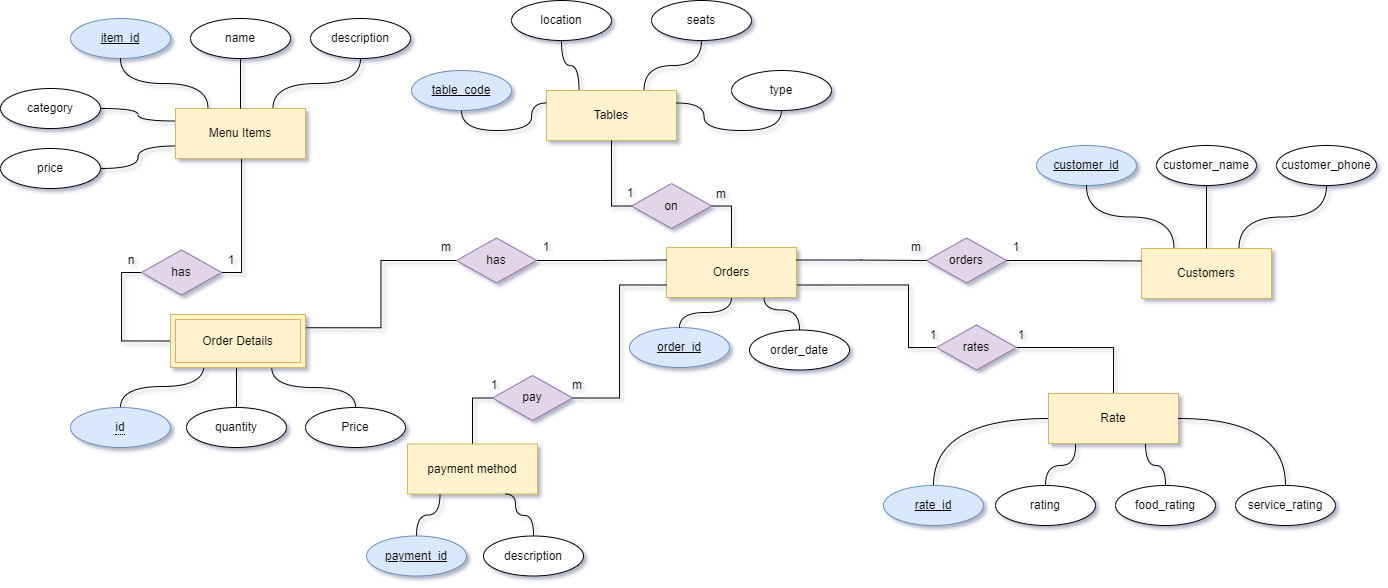
Mohammed-Abed-Alkareem/Restaurant-Management keeps this draw.io diagram as ER_diagram.png. Above is the earlier version. Source tidied: cells renumbered, new cells last; positions are measured from the earlier drawing's top-left corner, leaving out a move shared by most shapes.
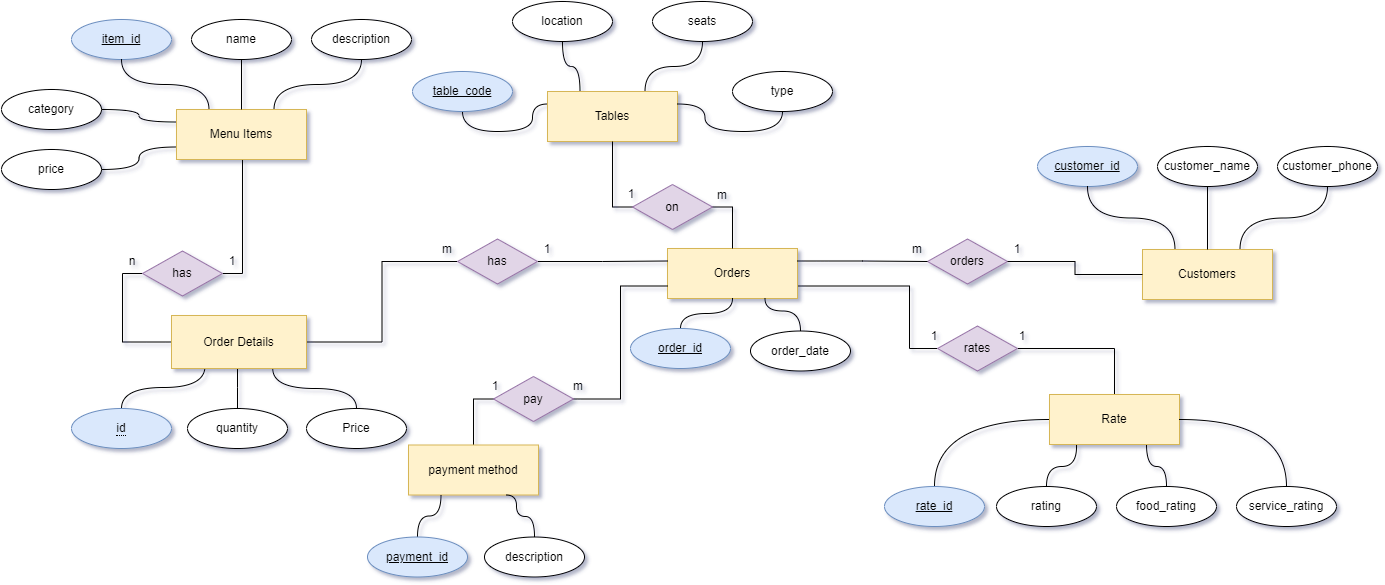
The same file after the commit.

What changed in the source:
```diff
@@ -46,7 +46,7 @@
     <mxCell id="14" style="endArrow=none;html=1;rounded=0;exitX=1;exitY=0.25;exitDx=0;exitDy=0;entryX=0;entryY=0.5;entryDx=0;entryDy=0;edgeStyle=orthogonalEdgeStyle;" parent="1" edge="1" source="10" target="13">
       <mxGeometry relative="1" as="geometry" />
     </mxCell>
-    <mxCell id="15" style="endArrow=none;html=1;rounded=0;entryX=0;entryY=0.25;entryDx=0;entryDy=0;exitX=1;exitY=0.5;exitDx=0;exitDy=0;edgeStyle=orthogonalEdgeStyle;" parent="1" edge="1" source="13" target="2">
+    <mxCell id="15" style="endArrow=none;html=1;rounded=0;entryX=0;entryY=0.5;entryDx=0;entryDy=0;exitX=1;exitY=0.5;exitDx=0;exitDy=0;edgeStyle=orthogonalEdgeStyle;" parent="1" edge="1" source="13" target="2">
       <mxGeometry relative="1" as="geometry" />
     </mxCell>
     <mxCell id="16" value="1" style="text;html=1;strokeColor=none;fillColor=none;align=center;verticalAlign=middle;whiteSpace=wrap;rounded=0;" parent="1" vertex="1">
@@ -74,7 +74,7 @@
     <mxCell id="22" style="edgeStyle=orthogonalEdgeStyle;rounded=0;jettySize=auto;html=1;exitX=1;exitY=0.5;exitDx=0;exitDy=0;entryX=0;entryY=0.25;entryDx=0;entryDy=0;endArrow=none;endFill=0;" parent="1" edge="1" source="24" target="10">
       <mxGeometry relative="1" as="geometry" />
     </mxCell>
-    <mxCell id="23" style="edgeStyle=orthogonalEdgeStyle;rounded=0;jettySize=auto;html=1;exitX=0;exitY=0.5;exitDx=0;exitDy=0;endArrow=none;endFill=0;entryX=1;entryY=0.25;entryDx=0;entryDy=0;" parent="1" edge="1" source="24" target="60">
+    <mxCell id="23" style="edgeStyle=orthogonalEdgeStyle;rounded=0;jettySize=auto;html=1;exitX=0;exitY=0.5;exitDx=0;exitDy=0;endArrow=none;endFill=0;entryX=1;entryY=0.5;entryDx=0;entryDy=0;" parent="1" edge="1" source="24" target="60">
       <mxGeometry relative="1" as="geometry" />
     </mxCell>
     <mxCell id="24" value="has" style="shape=rhombus;perimeter=rhombusPerimeter;whiteSpace=wrap;html=1;align=center;fillColor=#e1d5e7;strokeColor=#9673a6;" parent="1" vertex="1">
@@ -191,7 +191,7 @@
     <mxCell id="59" value="m" style="text;html=1;strokeColor=none;fillColor=none;align=center;verticalAlign=middle;whiteSpace=wrap;rounded=0;" parent="1" vertex="1">
       <mxGeometry x="711" y="184" width="20" height="20" as="geometry" />
     </mxCell>
-    <mxCell id="60" value="Order Details" style="shape=ext;margin=3;double=1;whiteSpace=wrap;html=1;align=center;fillColor=#fff2cc;strokeColor=#d6b656;" parent="1" vertex="1">
+    <mxCell id="60" value="Order Details" style="whiteSpace=wrap;html=1;align=center;fillColor=#fff2cc;strokeColor=#d6b656;" parent="1" vertex="1">
       <mxGeometry x="170" y="314" width="135" height="53" as="geometry" />
     </mxCell>
     <mxCell id="61" value="&lt;span style=&quot;border-bottom: 1px dotted&quot;&gt;id&lt;/span&gt;" style="ellipse;whiteSpace=wrap;html=1;align=center;fillColor=#dae8fc;strokeColor=#6c8ebf;" parent="1" vertex="1">
```
